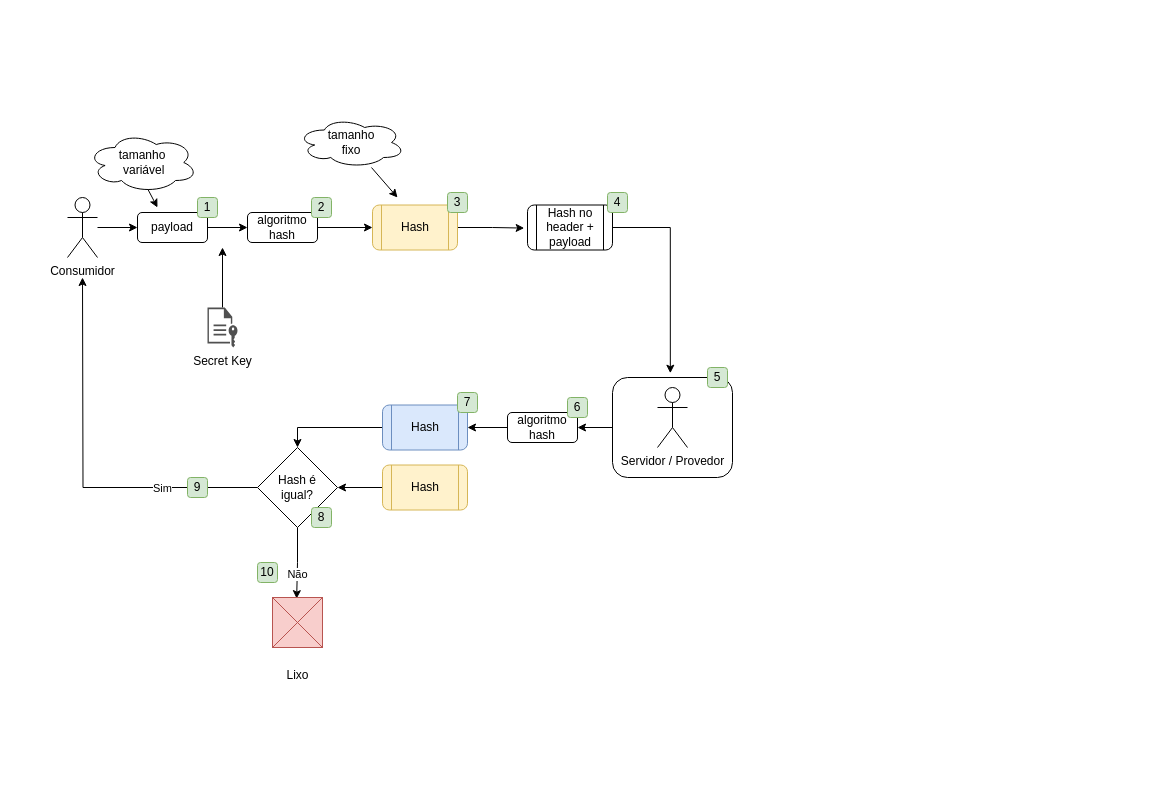
Earlier version of the draw.io diagram design/hmac-auth.drawio (danilosoarescardoso/hmac-authentication). Source tidied: cells renumbered, new cells numbered last; positions are measured from the earlier drawing's top-left corner, leaving out a move shared by most shapes. Both pictures are drawn from the tidied source at 100%, with x=0, y=0 at pixel (67, 117).
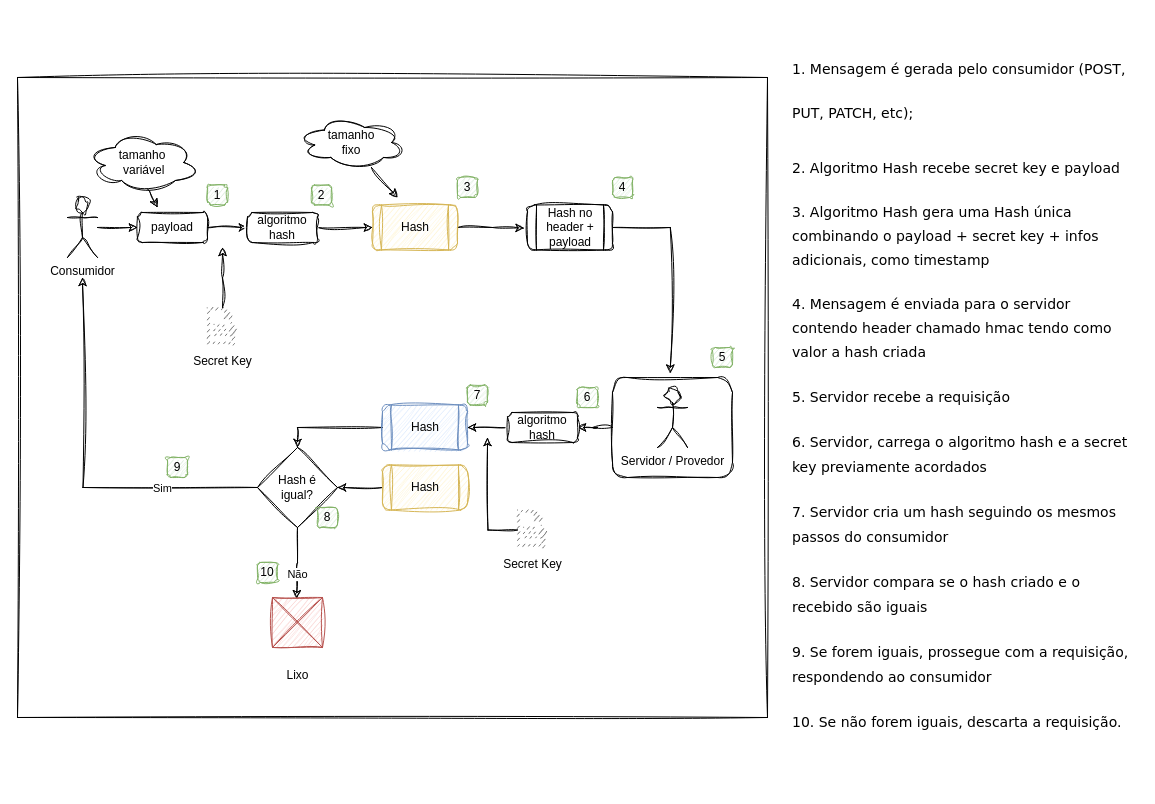
Above is the later version.

What changed in the source:
```diff
@@
+    <mxCell id="43" style="whiteSpace=wrap;html=1;sketch=1;hachureGap=4;jiggle=2;curveFitting=1;fontFamily=Architects Daughter;fontSize=20;" parent="1" vertex="1">
+      <mxGeometry x="-50" y="-40" width="750" height="640" as="geometry" />
+    </mxCell>
-    <mxCell id="2" style="edgeStyle=orthogonalEdgeStyle;rounded=0;jettySize=auto;html=1;entryX=1;entryY=0.5;entryDx=0;entryDy=0;" parent="1" edge="1" source="3" target="27">
+    <mxCell id="2" style="edgeStyle=orthogonalEdgeStyle;rounded=0;jettySize=auto;html=1;entryX=1;entryY=0.5;entryDx=0;entryDy=0;sketch=1;curveFitting=1;jiggle=2;" parent="1" edge="1" source="3" target="27">
       <mxGeometry relative="1" as="geometry" />
     </mxCell>
-    <mxCell id="3" style="rounded=1;whiteSpace=wrap;html=1;" parent="1" vertex="1">
+    <mxCell id="3" style="rounded=1;whiteSpace=wrap;html=1;sketch=1;curveFitting=1;jiggle=2;" parent="1" vertex="1">
       <mxGeometry x="545" y="260" width="120" height="100" as="geometry" />
     </mxCell>
-    <mxCell id="4" style="edgeStyle=orthogonalEdgeStyle;rounded=0;jettySize=auto;html=1;entryX=0;entryY=0.5;entryDx=0;entryDy=0;" parent="1" edge="1" source="5" target="8">
+    <mxCell id="4" style="edgeStyle=orthogonalEdgeStyle;rounded=0;jettySize=auto;html=1;entryX=0;entryY=0.5;entryDx=0;entryDy=0;sketch=1;curveFitting=1;jiggle=2;" parent="1" edge="1" source="5" target="8">
       <mxGeometry relative="1" as="geometry" />
     </mxCell>
-    <mxCell id="5" value="Consumidor" style="shape=umlActor;verticalLabelPosition=bottom;verticalAlign=top;html=1;outlineConnect=0;" parent="1" vertex="1">
+    <mxCell id="5" value="Consumidor" style="shape=umlActor;verticalLabelPosition=bottom;verticalAlign=top;html=1;outlineConnect=0;sketch=1;curveFitting=1;jiggle=2;" parent="1" vertex="1">
       <mxGeometry y="80" width="30" height="60" as="geometry" />
     </mxCell>
-    <mxCell id="6" value="Servidor / Provedor" style="shape=umlActor;verticalLabelPosition=bottom;verticalAlign=top;html=1;" parent="1" vertex="1">
+    <mxCell id="6" value="Servidor / Provedor" style="shape=umlActor;verticalLabelPosition=bottom;verticalAlign=top;html=1;sketch=1;curveFitting=1;jiggle=2;" parent="1" vertex="1">
       <mxGeometry x="590" y="270" width="30" height="60" as="geometry" />
     </mxCell>
-    <mxCell id="7" style="edgeStyle=orthogonalEdgeStyle;rounded=0;jettySize=auto;html=1;entryX=0;entryY=0.5;entryDx=0;entryDy=0;" parent="1" edge="1" source="8" target="12">
+    <mxCell id="7" style="edgeStyle=orthogonalEdgeStyle;rounded=0;jettySize=auto;html=1;entryX=0;entryY=0.5;entryDx=0;entryDy=0;sketch=1;curveFitting=1;jiggle=2;" parent="1" edge="1" source="8" target="12">
       <mxGeometry relative="1" as="geometry" />
     </mxCell>
-    <mxCell id="8" value="payload" style="rounded=1;whiteSpace=wrap;html=1;" parent="1" vertex="1">
+    <mxCell id="8" value="payload" style="rounded=1;whiteSpace=wrap;html=1;sketch=1;curveFitting=1;jiggle=2;" parent="1" vertex="1">
       <mxGeometry x="70" y="95" width="70" height="30" as="geometry" />
     </mxCell>
-    <mxCell id="9" style="edgeStyle=orthogonalEdgeStyle;rounded=0;jettySize=auto;html=1;" parent="1" edge="1" source="10">
+    <mxCell id="9" style="edgeStyle=orthogonalEdgeStyle;rounded=0;jettySize=auto;html=1;sketch=1;curveFitting=1;jiggle=2;" parent="1" edge="1" source="10">
       <mxGeometry relative="1" as="geometry">
         <mxPoint x="155" y="130" as="targetPoint" />
       </mxGeometry>
     </mxCell>
-    <mxCell id="10" value="Secret Key" style="sketch=0;shadow=0;dashed=0;html=1;strokeColor=none;fillColor=#505050;labelPosition=center;verticalLabelPosition=bottom;verticalAlign=top;outlineConnect=0;align=center;shape=mxgraph.office.concepts.file_key;" parent="1" vertex="1">
+    <mxCell id="10" value="Secret Key" style="shadow=0;dashed=0;html=1;strokeColor=none;fillColor=#505050;labelPosition=center;verticalLabelPosition=bottom;verticalAlign=top;outlineConnect=0;align=center;shape=mxgraph.office.concepts.file_key;sketch=1;curveFitting=1;jiggle=2;" parent="1" vertex="1">
       <mxGeometry x="140" y="190" width="30" height="40" as="geometry" />
     </mxCell>
-    <mxCell id="11" style="edgeStyle=orthogonalEdgeStyle;rounded=0;jettySize=auto;html=1;" parent="1" edge="1" source="12" target="15">
+    <mxCell id="11" style="edgeStyle=orthogonalEdgeStyle;rounded=0;jettySize=auto;html=1;sketch=1;curveFitting=1;jiggle=2;" parent="1" edge="1" source="12" target="15">
       <mxGeometry relative="1" as="geometry" />
     </mxCell>
-    <mxCell id="12" value="algoritmo hash" style="rounded=1;whiteSpace=wrap;html=1;" parent="1" vertex="1">
+    <mxCell id="12" value="algoritmo hash" style="rounded=1;whiteSpace=wrap;html=1;sketch=1;curveFitting=1;jiggle=2;" parent="1" vertex="1">
       <mxGeometry x="180" y="95" width="70" height="30" as="geometry" />
     </mxCell>
-    <mxCell id="13" style="endArrow=classic;html=1;rounded=0;exitX=0.55;exitY=0.95;exitDx=0;exitDy=0;exitPerimeter=0;" parent="1" edge="1" source="19">
+    <mxCell id="13" style="endArrow=classic;html=1;rounded=0;exitX=0.55;exitY=0.95;exitDx=0;exitDy=0;exitPerimeter=0;sketch=1;curveFitting=1;jiggle=2;" parent="1" edge="1" source="19">
       <mxGeometry relative="1" as="geometry">
         <mxPoint x="90" y="90" as="targetPoint" />
       </mxGeometry>
     </mxCell>
-    <mxCell id="14" style="edgeStyle=orthogonalEdgeStyle;rounded=0;jettySize=auto;html=1;entryX=-0.039;entryY=0.513;entryDx=0;entryDy=0;entryPerimeter=0;" parent="1" edge="1" source="15" target="18">
+    <mxCell id="14" style="edgeStyle=orthogonalEdgeStyle;rounded=0;jettySize=auto;html=1;entryX=-0.039;entryY=0.513;entryDx=0;entryDy=0;entryPerimeter=0;sketch=1;curveFitting=1;jiggle=2;" parent="1" edge="1" source="15" target="18">
       <mxGeometry relative="1" as="geometry" />
     </mxCell>
-    <mxCell id="15" value="Hash" style="shape=process;whiteSpace=wrap;html=1;backgroundOutline=1;rounded=1;fillColor=#fff2cc;strokeColor=#d6b656;" parent="1" vertex="1">
+    <mxCell id="15" value="Hash" style="shape=process;whiteSpace=wrap;html=1;backgroundOutline=1;rounded=1;fillColor=#fff2cc;strokeColor=#d6b656;sketch=1;curveFitting=1;jiggle=2;" parent="1" vertex="1">
       <mxGeometry x="305" y="87.5" width="85" height="45" as="geometry" />
     </mxCell>
-    <mxCell id="16" style="endArrow=classic;html=1;rounded=0;exitX=0.688;exitY=1;exitDx=0;exitDy=0;exitPerimeter=0;" parent="1" edge="1" source="20">
+    <mxCell id="16" style="endArrow=classic;html=1;rounded=0;exitX=0.688;exitY=1;exitDx=0;exitDy=0;exitPerimeter=0;sketch=1;curveFitting=1;jiggle=2;" parent="1" edge="1" source="20">
       <mxGeometry relative="1" as="geometry">
         <mxPoint x="330" y="80" as="targetPoint" />
       </mxGeometry>
     </mxCell>
-    <mxCell id="17" style="edgeStyle=orthogonalEdgeStyle;rounded=0;jettySize=auto;html=1;entryX=0.482;entryY=-0.043;entryDx=0;entryDy=0;entryPerimeter=0;" parent="1" edge="1" source="18" target="3">
+    <mxCell id="17" style="edgeStyle=orthogonalEdgeStyle;rounded=0;jettySize=auto;html=1;entryX=0.482;entryY=-0.043;entryDx=0;entryDy=0;entryPerimeter=0;sketch=1;curveFitting=1;jiggle=2;" parent="1" edge="1" source="18" target="3">
       <mxGeometry relative="1" as="geometry">
         <Array as="points">
           <mxPoint x="603" y="110" />
         </Array>
       </mxGeometry>
     </mxCell>
-    <mxCell id="18" value="Hash no header + payload" style="shape=process;whiteSpace=wrap;html=1;backgroundOutline=1;rounded=1;" parent="1" vertex="1">
+    <mxCell id="18" value="Hash no header + payload" style="shape=process;whiteSpace=wrap;html=1;backgroundOutline=1;rounded=1;sketch=1;curveFitting=1;jiggle=2;" parent="1" vertex="1">
       <mxGeometry x="460" y="87.5" width="85" height="45" as="geometry" />
     </mxCell>
-    <mxCell id="19" value="tamanho&lt;br&gt;&amp;nbsp;variável" style="ellipse;shape=cloud;whiteSpace=wrap;html=1;" parent="1" vertex="1">
+    <mxCell id="19" value="tamanho&lt;br&gt;&amp;nbsp;variável" style="ellipse;shape=cloud;whiteSpace=wrap;html=1;sketch=1;curveFitting=1;jiggle=2;" parent="1" vertex="1">
       <mxGeometry x="20" y="15" width="110" height="60" as="geometry" />
     </mxCell>
-    <mxCell id="20" value="tamanho &lt;br&gt;fixo" style="ellipse;shape=cloud;whiteSpace=wrap;html=1;" parent="1" vertex="1">
+    <mxCell id="20" value="tamanho &lt;br&gt;fixo" style="ellipse;shape=cloud;whiteSpace=wrap;html=1;sketch=1;curveFitting=1;jiggle=2;" parent="1" vertex="1">
       <mxGeometry x="230" width="107.5" height="50" as="geometry" />
     </mxCell>
-    <mxCell id="21" value="2" style="rounded=1;whiteSpace=wrap;html=1;fillColor=#d5e8d4;strokeColor=#82b366;" parent="1" vertex="1">
-      <mxGeometry x="244" y="80" width="20" height="20" as="geometry" />
+    <mxCell id="21" value="2" style="rounded=1;whiteSpace=wrap;html=1;fillColor=#d5e8d4;strokeColor=#82b366;sketch=1;curveFitting=1;jiggle=2;" parent="1" vertex="1">
+      <mxGeometry x="244" y="67.5" width="20" height="20" as="geometry" />
     </mxCell>
-    <mxCell id="22" value="1" style="rounded=1;whiteSpace=wrap;html=1;fillColor=#d5e8d4;strokeColor=#82b366;" parent="1" vertex="1">
-      <mxGeometry x="130" y="80" width="20" height="20" as="geometry" />
+    <mxCell id="22" value="1" style="rounded=1;whiteSpace=wrap;html=1;fillColor=#d5e8d4;strokeColor=#82b366;sketch=1;curveFitting=1;jiggle=2;" parent="1" vertex="1">
+      <mxGeometry x="140" y="67.5" width="20" height="20" as="geometry" />
     </mxCell>
-    <mxCell id="23" value="3" style="rounded=1;whiteSpace=wrap;html=1;fillColor=#d5e8d4;strokeColor=#82b366;" parent="1" vertex="1">
-      <mxGeometry x="380" y="75" width="20" height="20" as="geometry" />
+    <mxCell id="23" value="3" style="rounded=1;whiteSpace=wrap;html=1;fillColor=#d5e8d4;strokeColor=#82b366;sketch=1;curveFitting=1;jiggle=2;" parent="1" vertex="1">
+      <mxGeometry x="390" y="60" width="20" height="20" as="geometry" />
     </mxCell>
-    <mxCell id="24" value="4" style="rounded=1;whiteSpace=wrap;html=1;fillColor=#d5e8d4;strokeColor=#82b366;" parent="1" vertex="1">
-      <mxGeometry x="540" y="75" width="20" height="20" as="geometry" />
+    <mxCell id="24" value="4" style="rounded=1;whiteSpace=wrap;html=1;fillColor=#d5e8d4;strokeColor=#82b366;sketch=1;curveFitting=1;jiggle=2;" parent="1" vertex="1">
+      <mxGeometry x="545" y="60" width="20" height="20" as="geometry" />
     </mxCell>
-    <mxCell id="25" value="5" style="rounded=1;whiteSpace=wrap;html=1;fillColor=#d5e8d4;strokeColor=#82b366;" parent="1" vertex="1">
-      <mxGeometry x="640" y="250" width="20" height="20" as="geometry" />
+    <mxCell id="25" value="5" style="rounded=1;whiteSpace=wrap;html=1;fillColor=#d5e8d4;strokeColor=#82b366;sketch=1;curveFitting=1;jiggle=2;" parent="1" vertex="1">
+      <mxGeometry x="645" y="230" width="20" height="20" as="geometry" />
     </mxCell>
-    <mxCell id="26" style="edgeStyle=orthogonalEdgeStyle;rounded=0;jettySize=auto;html=1;entryX=1;entryY=0.5;entryDx=0;entryDy=0;" parent="1" edge="1" source="27" target="30">
+    <mxCell id="26" style="edgeStyle=orthogonalEdgeStyle;rounded=0;jettySize=auto;html=1;entryX=1;entryY=0.5;entryDx=0;entryDy=0;sketch=1;curveFitting=1;jiggle=2;" parent="1" edge="1" source="27" target="30">
       <mxGeometry relative="1" as="geometry" />
     </mxCell>
-    <mxCell id="27" value="algoritmo hash" style="rounded=1;whiteSpace=wrap;html=1;" parent="1" vertex="1">
+    <mxCell id="27" value="algoritmo hash" style="rounded=1;whiteSpace=wrap;html=1;sketch=1;curveFitting=1;jiggle=2;" parent="1" vertex="1">
       <mxGeometry x="440" y="295" width="70" height="30" as="geometry" />
     </mxCell>
-    <mxCell id="28" value="6" style="rounded=1;whiteSpace=wrap;html=1;fillColor=#d5e8d4;strokeColor=#82b366;" parent="1" vertex="1">
-      <mxGeometry x="500" y="280" width="20" height="20" as="geometry" />
+    <mxCell id="28" value="6" style="rounded=1;whiteSpace=wrap;html=1;fillColor=#d5e8d4;strokeColor=#82b366;sketch=1;curveFitting=1;jiggle=2;" parent="1" vertex="1">
+      <mxGeometry x="510" y="270" width="20" height="20" as="geometry" />
     </mxCell>
-    <mxCell id="29" style="edgeStyle=orthogonalEdgeStyle;rounded=0;jettySize=auto;html=1;entryX=0.5;entryY=0;entryDx=0;entryDy=0;" parent="1" edge="1" source="30" target="38">
+    <mxCell id="29" style="edgeStyle=orthogonalEdgeStyle;rounded=0;jettySize=auto;html=1;entryX=0.5;entryY=0;entryDx=0;entryDy=0;sketch=1;curveFitting=1;jiggle=2;" parent="1" edge="1" source="30" target="38">
       <mxGeometry relative="1" as="geometry" />
     </mxCell>
-    <mxCell id="30" value="Hash" style="shape=process;whiteSpace=wrap;html=1;backgroundOutline=1;rounded=1;fillColor=#dae8fc;strokeColor=#6c8ebf;" parent="1" vertex="1">
+    <mxCell id="30" value="Hash" style="shape=process;whiteSpace=wrap;html=1;backgroundOutline=1;rounded=1;fillColor=#dae8fc;strokeColor=#6c8ebf;sketch=1;curveFitting=1;jiggle=2;" parent="1" vertex="1">
       <mxGeometry x="315" y="287.5" width="85" height="45" as="geometry" />
     </mxCell>
-    <mxCell id="31" value="7" style="rounded=1;whiteSpace=wrap;html=1;fillColor=#d5e8d4;strokeColor=#82b366;" parent="1" vertex="1">
-      <mxGeometry x="390" y="275" width="20" height="20" as="geometry" />
+    <mxCell id="31" value="7" style="rounded=1;whiteSpace=wrap;html=1;fillColor=#d5e8d4;strokeColor=#82b366;sketch=1;curveFitting=1;jiggle=2;" parent="1" vertex="1">
+      <mxGeometry x="400" y="267.5" width="20" height="20" as="geometry" />
     </mxCell>
-    <mxCell id="32" style="edgeStyle=orthogonalEdgeStyle;rounded=0;jettySize=auto;html=1;entryX=1;entryY=0.5;entryDx=0;entryDy=0;" parent="1" edge="1" source="33" target="38">
+    <mxCell id="32" style="edgeStyle=orthogonalEdgeStyle;rounded=0;jettySize=auto;html=1;entryX=1;entryY=0.5;entryDx=0;entryDy=0;sketch=1;curveFitting=1;jiggle=2;" parent="1" edge="1" source="33" target="38">
       <mxGeometry relative="1" as="geometry">
         <Array as="points">
           <mxPoint x="350" y="370" />
         </Array>
       </mxGeometry>
     </mxCell>
-    <mxCell id="33" value="Hash" style="shape=process;whiteSpace=wrap;html=1;backgroundOutline=1;rounded=1;fillColor=#fff2cc;strokeColor=#d6b656;" parent="1" vertex="1">
+    <mxCell id="33" value="Hash" style="shape=process;whiteSpace=wrap;html=1;backgroundOutline=1;rounded=1;fillColor=#fff2cc;strokeColor=#d6b656;sketch=1;curveFitting=1;jiggle=2;" parent="1" vertex="1">
       <mxGeometry x="315" y="347.5" width="85" height="45" as="geometry" />
     </mxCell>
-    <mxCell id="34" style="edgeStyle=orthogonalEdgeStyle;rounded=0;jettySize=auto;html=1;" parent="1" edge="1" source="38">
+    <mxCell id="34" style="edgeStyle=orthogonalEdgeStyle;rounded=0;jettySize=auto;html=1;sketch=1;curveFitting=1;jiggle=2;" parent="1" edge="1" source="38">
       <mxGeometry relative="1" as="geometry">
         <mxPoint x="15" y="160" as="targetPoint" />
       </mxGeometry>
     </mxCell>
-    <mxCell id="35" value="Sim" style="edgeLabel;html=1;align=center;verticalAlign=middle;" parent="34" vertex="1">
+    <mxCell id="35" value="Sim" style="edgeLabel;html=1;align=center;verticalAlign=middle;sketch=1;curveFitting=1;jiggle=2;" parent="34" vertex="1">
       <mxGeometry x="-0.5" relative="1" as="geometry" />
     </mxCell>
-    <mxCell id="36" style="edgeStyle=orthogonalEdgeStyle;rounded=0;jettySize=auto;html=1;entryX=0.483;entryY=0.023;entryDx=0;entryDy=0;entryPerimeter=0;" parent="1" edge="1" source="38" target="41">
+    <mxCell id="36" style="edgeStyle=orthogonalEdgeStyle;rounded=0;jettySize=auto;html=1;entryX=0.483;entryY=0.023;entryDx=0;entryDy=0;entryPerimeter=0;sketch=1;curveFitting=1;jiggle=2;" parent="1" edge="1" source="38" target="41">
       <mxGeometry relative="1" as="geometry" />
     </mxCell>
-    <mxCell id="37" value="Não" style="edgeLabel;html=1;align=center;verticalAlign=middle;" parent="36" vertex="1">
+    <mxCell id="37" value="Não" style="edgeLabel;html=1;align=center;verticalAlign=middle;sketch=1;curveFitting=1;jiggle=2;" parent="36" vertex="1">
       <mxGeometry x="0.31" relative="1" as="geometry" />
     </mxCell>
-    <mxCell id="38" value="Hash é &lt;br&gt;igual?" style="rhombus;whiteSpace=wrap;html=1;" parent="1" vertex="1">
+    <mxCell id="38" value="Hash é &lt;br&gt;igual?" style="rhombus;whiteSpace=wrap;html=1;sketch=1;curveFitting=1;jiggle=2;" parent="1" vertex="1">
       <mxGeometry x="190" y="330" width="80" height="80" as="geometry" />
     </mxCell>
-    <mxCell id="39" value="8" style="rounded=1;whiteSpace=wrap;html=1;fillColor=#d5e8d4;strokeColor=#82b366;" parent="1" vertex="1">
-      <mxGeometry x="244" y="390" width="20" height="20" as="geometry" />
+    <mxCell id="39" value="8" style="rounded=1;whiteSpace=wrap;html=1;fillColor=#d5e8d4;strokeColor=#82b366;sketch=1;curveFitting=1;jiggle=2;" parent="1" vertex="1">
+      <mxGeometry x="250" y="390" width="20" height="20" as="geometry" />
     </mxCell>
-    <mxCell id="40" value="9" style="rounded=1;whiteSpace=wrap;html=1;fillColor=#d5e8d4;strokeColor=#82b366;" parent="1" vertex="1">
-      <mxGeometry x="120" y="360" width="20" height="20" as="geometry" />
+    <mxCell id="40" value="9" style="rounded=1;whiteSpace=wrap;html=1;fillColor=#d5e8d4;strokeColor=#82b366;sketch=1;curveFitting=1;jiggle=2;" parent="1" vertex="1">
+      <mxGeometry x="100" y="340" width="20" height="20" as="geometry" />
     </mxCell>
-    <mxCell id="41" value="&lt;br&gt;Lixo" style="verticalLabelPosition=bottom;shadow=0;dashed=0;align=center;html=1;verticalAlign=top;strokeWidth=1;shape=mxgraph.mockup.graphics.simpleIcon;strokeColor=#b85450;fillColor=#f8cecc;" parent="1" vertex="1">
+    <mxCell id="41" value="&lt;br&gt;Lixo" style="verticalLabelPosition=bottom;shadow=0;dashed=0;align=center;html=1;verticalAlign=top;strokeWidth=1;shape=mxgraph.mockup.graphics.simpleIcon;strokeColor=#b85450;fillColor=#f8cecc;sketch=1;curveFitting=1;jiggle=2;" parent="1" vertex="1">
       <mxGeometry x="205" y="480" width="50" height="50" as="geometry" />
     </mxCell>
-    <mxCell id="42" value="10" style="rounded=1;whiteSpace=wrap;html=1;fillColor=#d5e8d4;strokeColor=#82b366;" parent="1" vertex="1">
+    <mxCell id="42" value="10" style="rounded=1;whiteSpace=wrap;html=1;fillColor=#d5e8d4;strokeColor=#82b366;sketch=1;curveFitting=1;jiggle=2;" parent="1" vertex="1">
       <mxGeometry x="190" y="445" width="20" height="20" as="geometry" />
     </mxCell>
+    <mxCell id="44" value="&lt;h1 style=&quot;font-size: 37px;&quot;&gt;&lt;span style=&quot;font-family: Verdana; font-size: 14px; font-weight: normal;&quot;&gt;1. Mensagem é gerada pelo consumidor (POST, PUT, PATCH, etc);&lt;/span&gt;&lt;br&gt;&lt;/h1&gt;&lt;p&gt;&lt;font face=&quot;Verdana&quot; style=&quot;font-size: 14px;&quot;&gt;2. Algoritmo Hash recebe secret key e payload&lt;/font&gt;&lt;/p&gt;&lt;p&gt;&lt;font face=&quot;Verdana&quot; style=&quot;font-size: 14px;&quot;&gt;3. Algoritmo Hash gera uma Hash única combinando o payload + secret key + infos adicionais, como timestamp&lt;/font&gt;&lt;/p&gt;&lt;p&gt;&lt;font face=&quot;Verdana&quot; style=&quot;font-size: 14px;&quot;&gt;4. Mensagem é enviada para o servidor contendo header chamado hmac tendo como valor a hash criada&lt;/font&gt;&lt;/p&gt;&lt;p&gt;&lt;font face=&quot;Verdana&quot;&gt;&lt;span style=&quot;font-size: 14px;&quot;&gt;5. Servidor recebe a requisição&lt;/span&gt;&lt;/font&gt;&lt;/p&gt;&lt;p&gt;&lt;font face=&quot;Verdana&quot;&gt;&lt;span style=&quot;font-size: 14px;&quot;&gt;6. Servidor, carrega o algoritmo hash e a secret key previamente acordados&lt;/span&gt;&lt;/font&gt;&lt;/p&gt;&lt;p&gt;&lt;font face=&quot;Verdana&quot;&gt;&lt;span style=&quot;font-size: 14px;&quot;&gt;7. Servidor cria um hash seguindo os mesmos passos do consumidor&lt;/span&gt;&lt;/font&gt;&lt;/p&gt;&lt;p&gt;&lt;font face=&quot;Verdana&quot;&gt;&lt;span style=&quot;font-size: 14px;&quot;&gt;8. Servidor compara se o hash criado e o recebido são iguais&lt;/span&gt;&lt;/font&gt;&lt;/p&gt;&lt;p&gt;&lt;font face=&quot;Verdana&quot;&gt;&lt;span style=&quot;font-size: 14px;&quot;&gt;9. Se forem iguais, prossegue com a requisição, respondendo ao consumidor&lt;/span&gt;&lt;/font&gt;&lt;/p&gt;&lt;p&gt;&lt;font face=&quot;Verdana&quot;&gt;&lt;span style=&quot;font-size: 14px;&quot;&gt;10. Se não forem iguais, descarta a requisição.&lt;/span&gt;&lt;/font&gt;&lt;/p&gt;" style="text;html=1;strokeColor=none;fillColor=none;spacing=5;spacingTop=-20;whiteSpace=wrap;overflow=hidden;rounded=0;fontSize=20;fontFamily=Architects Daughter;" parent="1" vertex="1">
+      <mxGeometry x="720" y="-90" width="350" height="760" as="geometry" />
+    </mxCell>
+    <mxCell id="45" style="edgeStyle=orthogonalEdgeStyle;rounded=0;jettySize=auto;html=1;sketch=1;curveFitting=1;jiggle=2;" parent="1" edge="1" source="46">
+      <mxGeometry relative="1" as="geometry">
+        <mxPoint x="420" y="320" as="targetPoint" />
+      </mxGeometry>
+    </mxCell>
+    <mxCell id="46" value="Secret Key" style="shadow=0;dashed=0;html=1;strokeColor=none;fillColor=#505050;labelPosition=center;verticalLabelPosition=bottom;verticalAlign=top;outlineConnect=0;align=center;shape=mxgraph.office.concepts.file_key;sketch=1;curveFitting=1;jiggle=2;" parent="1" vertex="1">
+      <mxGeometry x="450" y="392.5" width="30" height="40" as="geometry" />
+    </mxCell>
```
